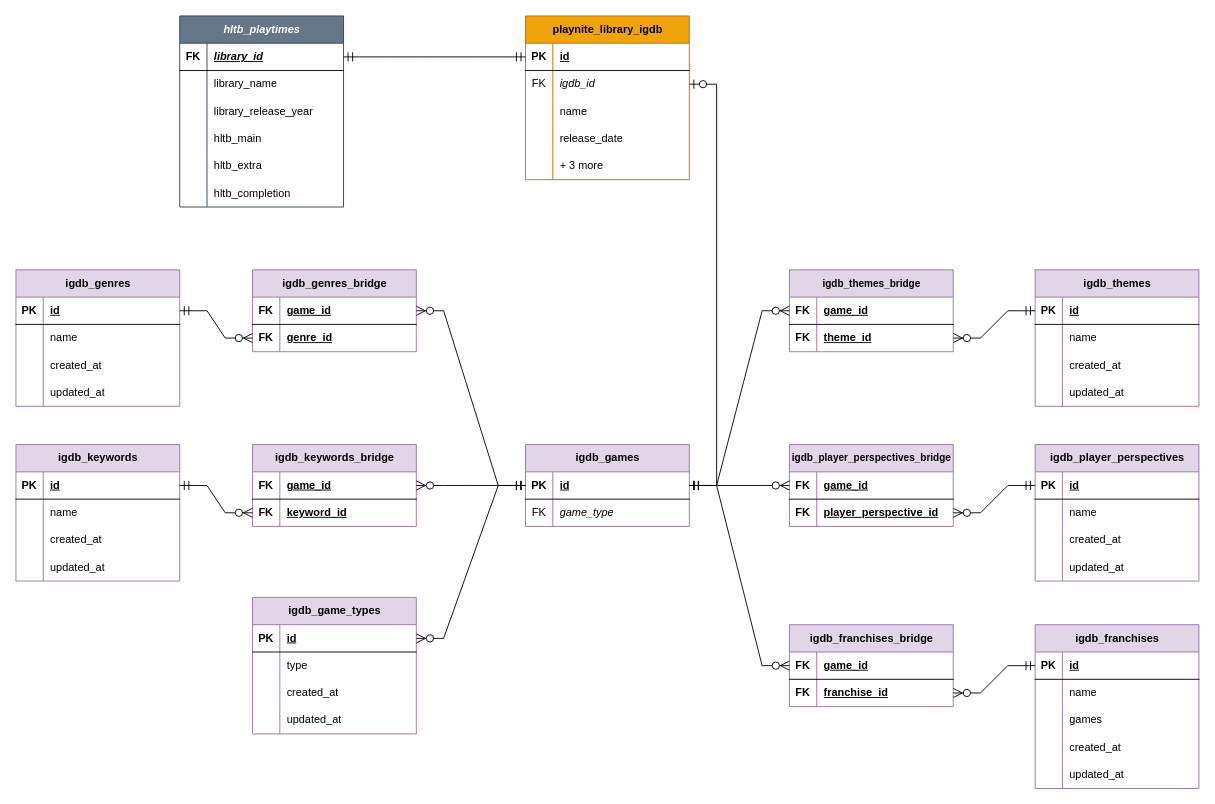
Before: docs/diagrams/game-library-enrichment-erd.drawio in tkautzman13/game-library-enrichment-etl, a draw.io diagram. Source tidied: cells renumbered, new cells numbered last; positions are measured from the earlier drawing's top-left corner, leaving out a move shared by most shapes. Both pictures are drawn from the tidied source at 91%, with x=0, y=0 at pixel (15, 15).
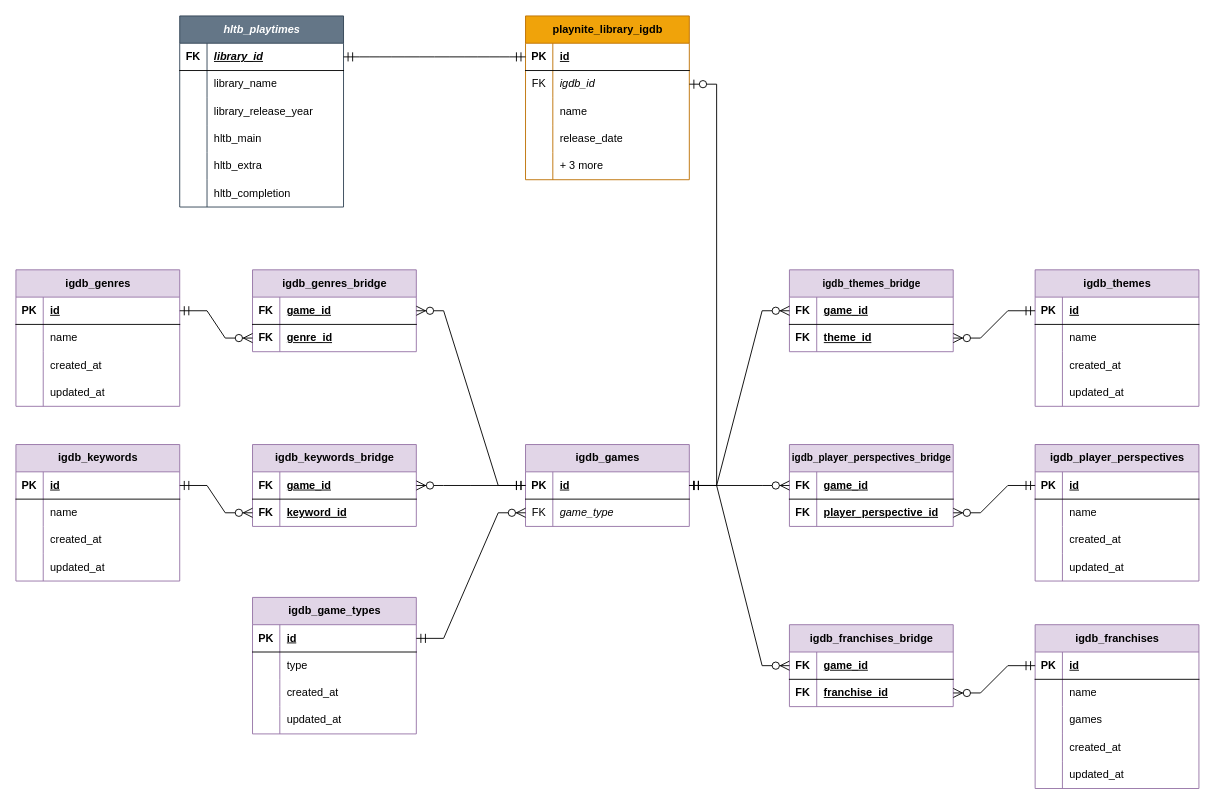
The same diagram, later.

Commit message (it also covers changes not shown here):
Update to ERD - Fixed game_types relationship type

The change refers to these unchanged cells:
```xml
<mxCell id="38" style="shape=tableRow;horizontal=0;startSize=0;swimlaneHead=0;swimlaneBody=0;fillColor=none;points=[[0,0.5],[1,0.5]];portConstraint=eastwest;top=0;left=0;right=0;bottom=1;" parent="37" vertex="1">
  <mxGeometry y="30" width="180" height="30" as="geometry" />
</mxCell>
<mxCell id="41" style="shape=tableRow;horizontal=0;startSize=0;swimlaneHead=0;swimlaneBody=0;fillColor=none;points=[[0,0.5],[1,0.5]];portConstraint=eastwest;top=0;left=0;right=0;bottom=0;" parent="37" vertex="1">
  <mxGeometry y="60" width="180" height="30" as="geometry" />
</mxCell>
<mxCell id="45" style="shape=tableRow;horizontal=0;startSize=0;swimlaneHead=0;swimlaneBody=0;fillColor=none;points=[[0,0.5],[1,0.5]];portConstraint=eastwest;top=0;left=0;right=0;bottom=1;" parent="44" vertex="1">
  <mxGeometry y="30" width="180" height="30" as="geometry" />
</mxCell>
```

Diff of the diagram source:
```diff
@@
-    <mxCell id="164" style="edgeStyle=entityRelationEdgeStyle;fontSize=12;html=1;endArrow=ERzeroToMany;startArrow=ERmandOne;rounded=0;startSize=8;endSize=8;exitX=0;exitY=0.5;exitDx=0;exitDy=0;entryX=1;entryY=0.5;entryDx=0;entryDy=0;" parent="1" edge="1" source="38" target="45">
+    <mxCell id="164" style="edgeStyle=entityRelationEdgeStyle;fontSize=12;html=1;endArrow=ERzeroToMany;startArrow=ERmandOne;rounded=0;startSize=8;endSize=8;exitX=1;exitY=0.5;exitDx=0;exitDy=0;entryX=0;entryY=0.5;entryDx=0;entryDy=0;" parent="1" edge="1" source="45" target="41">
       <mxGeometry relative="1" as="geometry" />
     </mxCell>
```
